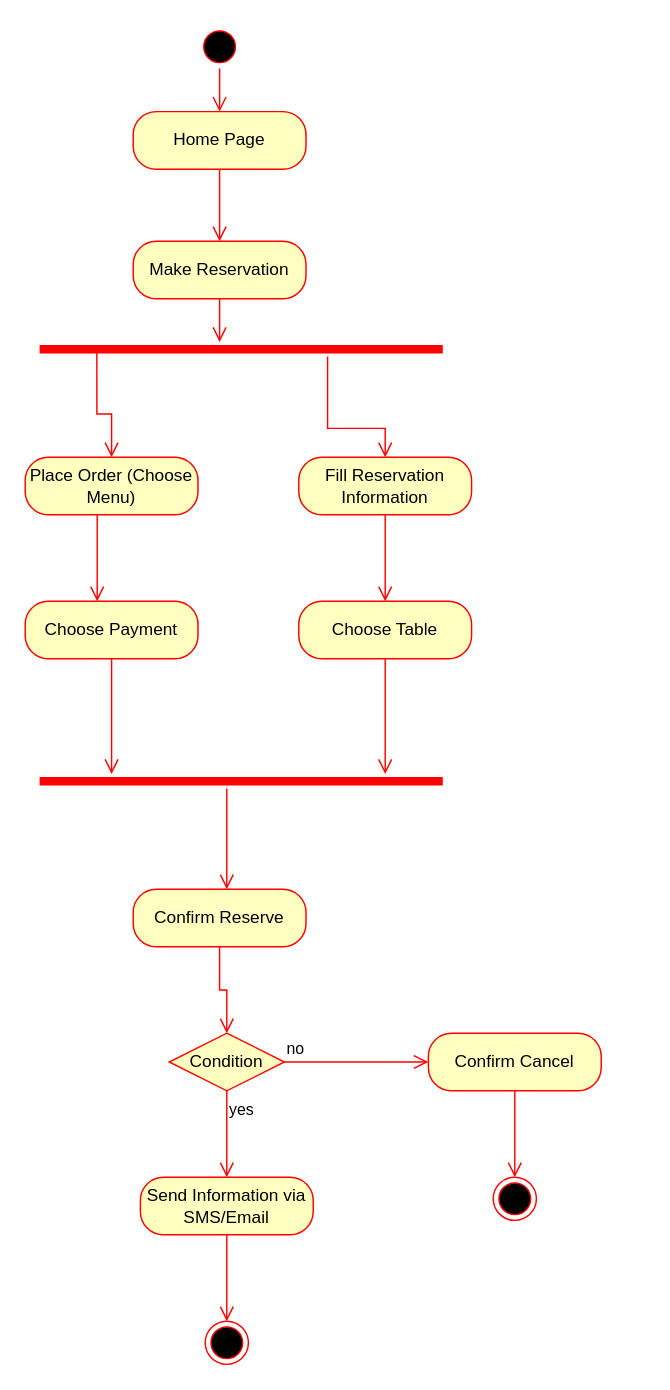
Above: activity_diagram.drawio in FanchonSora/Restaurant-Reservation-System-RRS (draw.io), before the change. Source tidied: cells renumbered, new cells numbered last; positions are measured from the earlier drawing's top-left corner, leaving out a move shared by most shapes. Both pictures are drawn from the tidied source at 144%, with x=0, y=0 at pixel (24, 24).
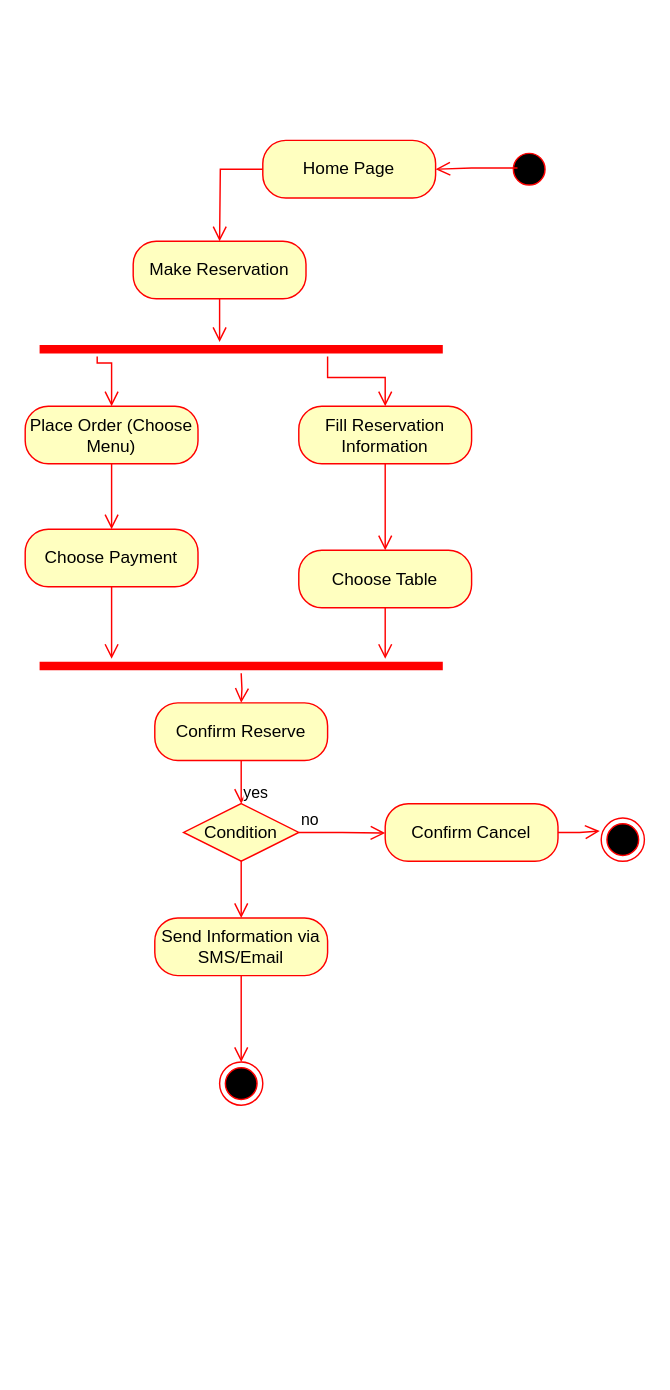
Above is the later version.

Unchanged cells that the change refers to:
```xml
<mxCell id="9" style="shape=line;html=1;strokeWidth=6;strokeColor=#ff0000;" parent="1" vertex="1">
  <mxGeometry x="10" y="220" width="280" height="10" as="geometry" />
</mxCell>
```

The edit, as a diff of the source:
```diff
@@
     <mxCell id="2" value="Home Page" style="rounded=1;whiteSpace=wrap;html=1;arcSize=40;fontColor=#000000;fillColor=#ffffc0;strokeColor=#ff0000;" parent="1" vertex="1">
-      <mxGeometry x="75" y="60" width="120" height="40" as="geometry" />
+      <mxGeometry x="165" y="80" width="120" height="40" as="geometry" />
     </mxCell>
@@
     <mxCell id="4" style="ellipse;html=1;shape=endState;fillColor=#000000;strokeColor=#ff0000;" parent="1" vertex="1">
-      <mxGeometry x="125" y="900" width="30" height="30" as="geometry" />
+      <mxGeometry x="135" y="720" width="30" height="30" as="geometry" />
     </mxCell>
     <mxCell id="5" style="ellipse;html=1;shape=startState;fillColor=#000000;strokeColor=#ff0000;" parent="1" vertex="1">
-      <mxGeometry x="120" width="30" height="30" as="geometry" />
+      <mxGeometry x="335" y="85" width="30" height="30" as="geometry" />
     </mxCell>
-    <mxCell id="6" style="edgeStyle=orthogonalEdgeStyle;html=1;verticalAlign=bottom;endArrow=open;endSize=8;strokeColor=#ff0000;rounded=0;" parent="1" edge="1">
-      <mxGeometry relative="1" as="geometry">
-        <mxPoint x="135" y="30" as="sourcePoint" />
-        <mxPoint x="135" y="60" as="targetPoint" />
-      </mxGeometry>
+    <mxCell id="6" style="edgeStyle=orthogonalEdgeStyle;html=1;verticalAlign=bottom;endArrow=open;endSize=8;strokeColor=#ff0000;rounded=0;entryX=1;entryY=0.5;entryDx=0;entryDy=0;exitX=0.229;exitY=0.472;exitDx=0;exitDy=0;exitPerimeter=0;" parent="1" edge="1" source="5" target="2">
+      <mxGeometry relative="1" as="geometry" />
     </mxCell>
@@
     <mxCell id="10" value="Place Order (Choose Menu)" style="rounded=1;whiteSpace=wrap;html=1;arcSize=40;fontColor=#000000;fillColor=#ffffc0;strokeColor=#ff0000;" parent="1" vertex="1">
-      <mxGeometry y="300" width="120" height="40" as="geometry" />
+      <mxGeometry y="264.6" width="120" height="40" as="geometry" />
     </mxCell>
-    <mxCell id="11" style="edgeStyle=orthogonalEdgeStyle;html=1;verticalAlign=bottom;endArrow=open;endSize=8;strokeColor=#ff0000;rounded=0;" parent="1" edge="1" source="10">
-      <mxGeometry relative="1" as="geometry">
-        <mxPoint x="50" y="400" as="targetPoint" />
-        <Array as="points">
-          <mxPoint x="50" y="400" />
-        </Array>
-      </mxGeometry>
-    </mxCell>
     <mxCell id="12" value="Fill Reservation Information" style="rounded=1;whiteSpace=wrap;html=1;arcSize=40;fontColor=#000000;fillColor=#ffffc0;strokeColor=#ff0000;" parent="1" vertex="1">
-      <mxGeometry x="190" y="300" width="120" height="40" as="geometry" />
+      <mxGeometry x="190" y="264.6" width="120" height="40" as="geometry" />
     </mxCell>
@@
     <mxCell id="14" style="shape=line;html=1;strokeWidth=6;strokeColor=#ff0000;" parent="1" vertex="1">
-      <mxGeometry x="10" y="520" width="280" height="10" as="geometry" />
+      <mxGeometry x="10" y="440" width="280" height="10" as="geometry" />
     </mxCell>
-    <mxCell id="15" style="edgeStyle=orthogonalEdgeStyle;html=1;verticalAlign=bottom;endArrow=open;endSize=8;strokeColor=#ff0000;rounded=0;" parent="1" edge="1" source="14">
+    <mxCell id="15" style="edgeStyle=orthogonalEdgeStyle;html=1;verticalAlign=bottom;endArrow=open;endSize=8;strokeColor=#ff0000;rounded=0;" parent="1" edge="1">
       <mxGeometry relative="1" as="geometry">
-        <mxPoint x="140" y="600" as="targetPoint" />
-        <Array as="points">
-          <mxPoint x="150" y="530" />
-          <mxPoint x="150" y="530" />
-        </Array>
+        <mxPoint x="150" y="450" as="sourcePoint" />
+        <mxPoint x="150" y="470.6" as="targetPoint" />
       </mxGeometry>
     </mxCell>
     <mxCell id="16" value="Choose Payment" style="rounded=1;whiteSpace=wrap;html=1;arcSize=40;fontColor=#000000;fillColor=#ffffc0;strokeColor=#ff0000;" parent="1" vertex="1">
-      <mxGeometry y="400" width="120" height="40" as="geometry" />
+      <mxGeometry y="350" width="120" height="40" as="geometry" />
     </mxCell>
     <mxCell id="17" style="edgeStyle=orthogonalEdgeStyle;html=1;verticalAlign=bottom;endArrow=open;endSize=8;strokeColor=#ff0000;rounded=0;" parent="1" edge="1" source="16">
       <mxGeometry relative="1" as="geometry">
-        <mxPoint x="60" y="520" as="targetPoint" />
+        <mxPoint x="60" y="440" as="targetPoint" />
       </mxGeometry>
     </mxCell>
     <mxCell id="18" style="edgeStyle=orthogonalEdgeStyle;html=1;verticalAlign=bottom;endArrow=open;endSize=8;strokeColor=#ff0000;rounded=0;entryX=0.5;entryY=0;entryDx=0;entryDy=0;" parent="1" edge="1" target="12">
       <mxGeometry relative="1" as="geometry">
         <mxPoint x="210" y="230" as="sourcePoint" />
         <Array as="points">
-          <mxPoint x="210" y="280" />
-          <mxPoint x="250" y="280" />
+          <mxPoint x="210" y="244.6" />
+          <mxPoint x="250" y="244.6" />
         </Array>
       </mxGeometry>
     </mxCell>
     <mxCell id="19" value="Choose Table" style="rounded=1;whiteSpace=wrap;html=1;arcSize=40;fontColor=#000000;fillColor=#ffffc0;strokeColor=#ff0000;" parent="1" vertex="1">
-      <mxGeometry x="190" y="400" width="120" height="40" as="geometry" />
+      <mxGeometry x="190" y="364.6" width="120" height="40" as="geometry" />
     </mxCell>
     <mxCell id="20" style="edgeStyle=orthogonalEdgeStyle;html=1;verticalAlign=bottom;endArrow=open;endSize=8;strokeColor=#ff0000;rounded=0;" parent="1" edge="1" source="19">
       <mxGeometry relative="1" as="geometry">
-        <mxPoint x="250" y="520" as="targetPoint" />
+        <mxPoint x="250" y="440" as="targetPoint" />
       </mxGeometry>
     </mxCell>
-    <mxCell id="21" style="edgeStyle=orthogonalEdgeStyle;html=1;verticalAlign=bottom;endArrow=open;endSize=8;strokeColor=#ff0000;rounded=0;exitX=0.142;exitY=0.537;exitDx=0;exitDy=0;exitPerimeter=0;entryX=0.5;entryY=0;entryDx=0;entryDy=0;" parent="1" edge="1" source="9" target="10">
+    <mxCell id="21" style="edgeStyle=orthogonalEdgeStyle;html=1;verticalAlign=bottom;endArrow=open;endSize=8;strokeColor=#ff0000;rounded=0;entryX=0.5;entryY=0;entryDx=0;entryDy=0;" parent="1" edge="1" target="10">
       <mxGeometry relative="1" as="geometry">
+        <mxPoint x="50" y="230" as="sourcePoint" />
         <Array as="points">
-          <mxPoint x="50" y="270" />
-          <mxPoint x="60" y="270" />
+          <mxPoint x="50" y="234.6" />
+          <mxPoint x="60" y="234.6" />
         </Array>
       </mxGeometry>
     </mxCell>
     <mxCell id="22" value="Confirm Reserve" style="rounded=1;whiteSpace=wrap;html=1;arcSize=40;fontColor=#000000;fillColor=#ffffc0;strokeColor=#ff0000;" parent="1" vertex="1">
-      <mxGeometry x="75" y="600" width="120" height="40" as="geometry" />
+      <mxGeometry x="90" y="470.6" width="120" height="40" as="geometry" />
     </mxCell>
@@
     <mxCell id="24" value="Confirm Cancel" style="rounded=1;whiteSpace=wrap;html=1;arcSize=40;fontColor=#000000;fillColor=#ffffc0;strokeColor=#ff0000;" parent="1" vertex="1">
-      <mxGeometry x="280" y="700" width="120" height="40" as="geometry" />
+      <mxGeometry x="250" y="540.6" width="120" height="40" as="geometry" />
     </mxCell>
-    <mxCell id="25" style="edgeStyle=orthogonalEdgeStyle;html=1;verticalAlign=bottom;endArrow=open;endSize=8;strokeColor=#ff0000;rounded=0;" parent="1" edge="1" source="24">
-      <mxGeometry relative="1" as="geometry">
-        <mxPoint x="340" y="800" as="targetPoint" />
-      </mxGeometry>
+    <mxCell id="25" style="edgeStyle=orthogonalEdgeStyle;html=1;verticalAlign=bottom;endArrow=open;endSize=8;strokeColor=#ff0000;rounded=0;entryX=-0.033;entryY=0.302;entryDx=0;entryDy=0;entryPerimeter=0;" parent="1" edge="1" source="24" target="31">
+      <mxGeometry relative="1" as="geometry" />
     </mxCell>
     <mxCell id="26" value="Condition" style="rhombus;whiteSpace=wrap;html=1;fontColor=#000000;fillColor=#ffffc0;strokeColor=#ff0000;" parent="1" vertex="1">
-      <mxGeometry x="100" y="700" width="80" height="40" as="geometry" />
+      <mxGeometry x="110" y="540.6" width="80" height="40" as="geometry" />
     </mxCell>
     <mxCell id="27" value="no" style="edgeStyle=orthogonalEdgeStyle;html=1;align=left;verticalAlign=bottom;endArrow=open;endSize=8;strokeColor=#ff0000;rounded=0;" parent="1" edge="1" source="26">
       <mxGeometry x="-1" relative="1" as="geometry">
-        <mxPoint x="280" y="720" as="targetPoint" />
+        <mxPoint x="250" y="561" as="targetPoint" />
       </mxGeometry>
     </mxCell>
-    <mxCell id="28" value="yes" style="edgeStyle=orthogonalEdgeStyle;html=1;align=left;verticalAlign=top;endArrow=open;endSize=8;strokeColor=#ff0000;rounded=0;" parent="1" edge="1" source="26">
-      <mxGeometry x="-1" relative="1" as="geometry">
-        <mxPoint x="140" y="800" as="targetPoint" />
+    <mxCell id="28" value="yes" style="edgeStyle=orthogonalEdgeStyle;html=1;align=left;verticalAlign=top;endArrow=open;endSize=8;strokeColor=#ff0000;rounded=0;" parent="1" edge="1">
+      <mxGeometry x="-1" y="-60" relative="1" as="geometry">
+        <mxPoint x="150" y="580" as="sourcePoint" />
+        <mxPoint x="150" y="620" as="targetPoint" />
+        <mxPoint x="60" y="-60" as="offset" />
       </mxGeometry>
     </mxCell>
     <mxCell id="29" value="Send Information via SMS/Email" style="rounded=1;whiteSpace=wrap;html=1;arcSize=40;fontColor=#000000;fillColor=#ffffc0;strokeColor=#ff0000;" parent="1" vertex="1">
-      <mxGeometry x="80" y="800" width="120" height="40" as="geometry" />
+      <mxGeometry x="90" y="620" width="120" height="40" as="geometry" />
     </mxCell>
     <mxCell id="30" style="edgeStyle=orthogonalEdgeStyle;html=1;verticalAlign=bottom;endArrow=open;endSize=8;strokeColor=#ff0000;rounded=0;" parent="1" edge="1" source="29">
       <mxGeometry relative="1" as="geometry">
-        <mxPoint x="140" y="900" as="targetPoint" />
+        <mxPoint x="150" y="720" as="targetPoint" />
       </mxGeometry>
     </mxCell>
     <mxCell id="31" style="ellipse;html=1;shape=endState;fillColor=#000000;strokeColor=#ff0000;" parent="1" vertex="1">
-      <mxGeometry x="325" y="800" width="30" height="30" as="geometry" />
+      <mxGeometry x="400" y="550.6" width="30" height="30" as="geometry" />
     </mxCell>
+    <mxCell id="32" style="edgeStyle=orthogonalEdgeStyle;html=1;verticalAlign=bottom;endArrow=open;endSize=8;strokeColor=#ff0000;rounded=0;entryX=0.5;entryY=0;entryDx=0;entryDy=0;exitX=0.5;exitY=1;exitDx=0;exitDy=0;" parent="1" edge="1" source="10" target="16">
+      <mxGeometry relative="1" as="geometry" />
+    </mxCell>
```
